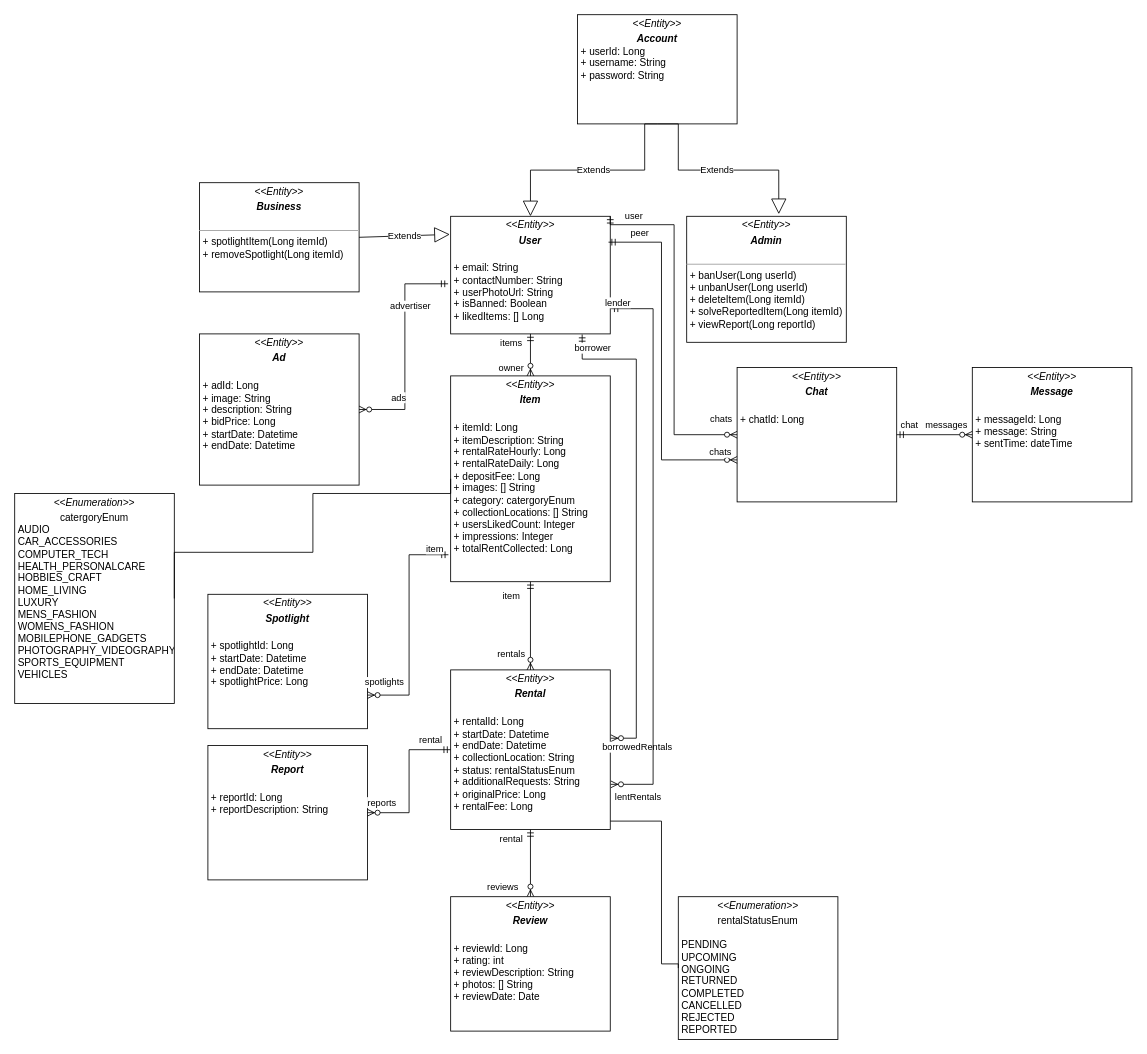
Before: Class Diagram.drawio in TohDeKai/SharEco, a draw.io diagram. Source tidied: cells renumbered, new cells numbered last; positions are measured from the earlier drawing's top-left corner, leaving out a move shared by most shapes. Both pictures are drawn from the tidied source at 84%, with x=0, y=0 at pixel (14, 14).
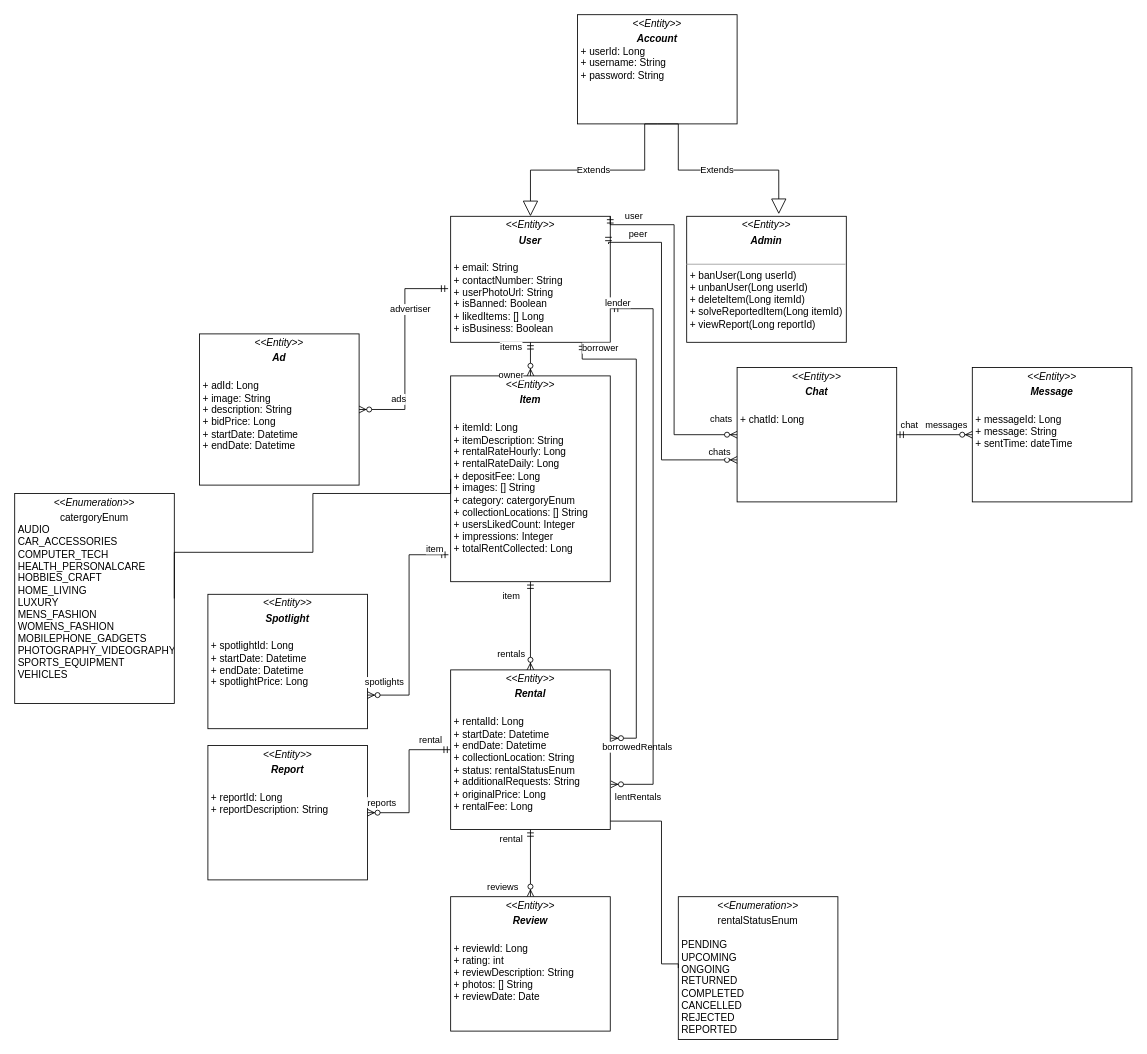
The same page after the edit.

Change to the diagram source:
```diff
@@
-    <mxCell id="2" value="&lt;p style=&quot;margin:0px;margin-top:4px;text-align:center;&quot;&gt;&lt;i&gt;&amp;lt;&amp;lt;Entity&amp;gt;&amp;gt;&lt;/i&gt;&lt;/p&gt;&lt;p style=&quot;margin:0px;margin-top:4px;text-align:center;&quot;&gt;&lt;i&gt;&lt;b&gt;User&lt;/b&gt;&lt;/i&gt;&lt;br&gt;&lt;/p&gt;&lt;p style=&quot;margin:0px;margin-top:4px;text-align:center;&quot;&gt;&lt;br&gt;&lt;/p&gt;&lt;p style=&quot;margin:0px;margin-left:4px;&quot;&gt;+ email: String&lt;/p&gt;&lt;p style=&quot;margin:0px;margin-left:4px;&quot;&gt;+ contactNumber: String&lt;/p&gt;&lt;p style=&quot;margin:0px;margin-left:4px;&quot;&gt;+ userPhotoUrl: String&lt;/p&gt;&lt;p style=&quot;margin:0px;margin-left:4px;&quot;&gt;+ isBanned: Boolean&lt;/p&gt;&lt;p style=&quot;margin:0px;margin-left:4px;&quot;&gt;+ likedItems: [] Long&lt;/p&gt;&lt;p style=&quot;margin:0px;margin-left:4px;&quot;&gt;&lt;br&gt;&lt;/p&gt;&lt;p style=&quot;margin:0px;margin-left:4px;&quot;&gt;&lt;br&gt;&lt;/p&gt;" style="verticalAlign=top;align=left;overflow=fill;fontSize=12;fontFamily=Helvetica;html=1;whiteSpace=wrap;" parent="1" vertex="1">
-      <mxGeometry x="519" y="240" width="190" height="140" as="geometry" />
+    <mxCell id="2" value="&lt;p style=&quot;margin:0px;margin-top:4px;text-align:center;&quot;&gt;&lt;i&gt;&amp;lt;&amp;lt;Entity&amp;gt;&amp;gt;&lt;/i&gt;&lt;/p&gt;&lt;p style=&quot;margin:0px;margin-top:4px;text-align:center;&quot;&gt;&lt;i&gt;&lt;b&gt;User&lt;/b&gt;&lt;/i&gt;&lt;br&gt;&lt;/p&gt;&lt;p style=&quot;margin:0px;margin-top:4px;text-align:center;&quot;&gt;&lt;br&gt;&lt;/p&gt;&lt;p style=&quot;margin:0px;margin-left:4px;&quot;&gt;+ email: String&lt;/p&gt;&lt;p style=&quot;margin:0px;margin-left:4px;&quot;&gt;+ contactNumber: String&lt;/p&gt;&lt;p style=&quot;margin:0px;margin-left:4px;&quot;&gt;+ userPhotoUrl: String&lt;/p&gt;&lt;p style=&quot;margin:0px;margin-left:4px;&quot;&gt;+ isBanned: Boolean&lt;/p&gt;&lt;p style=&quot;margin:0px;margin-left:4px;&quot;&gt;+ likedItems: [] Long&lt;/p&gt;&lt;p style=&quot;margin:0px;margin-left:4px;&quot;&gt;+ isBusiness: Boolean&lt;/p&gt;&lt;p style=&quot;margin:0px;margin-left:4px;&quot;&gt;&lt;br&gt;&lt;/p&gt;&lt;p style=&quot;margin:0px;margin-left:4px;&quot;&gt;&lt;br&gt;&lt;/p&gt;" style="verticalAlign=top;align=left;overflow=fill;fontSize=12;fontFamily=Helvetica;html=1;whiteSpace=wrap;" parent="1" vertex="1">
+      <mxGeometry x="519" y="240" width="190" height="150" as="geometry" />
     </mxCell>
-    <mxCell id="3" value="&lt;p style=&quot;margin:0px;margin-top:4px;text-align:center;&quot;&gt;&lt;i&gt;&amp;lt;&amp;lt;Entity&amp;gt;&amp;gt;&lt;/i&gt;&lt;/p&gt;&lt;p style=&quot;margin:0px;margin-top:4px;text-align:center;&quot;&gt;&lt;i&gt;&lt;b&gt;Business&lt;/b&gt;&lt;/i&gt;&lt;br&gt;&lt;/p&gt;&lt;p style=&quot;margin:0px;margin-left:4px;&quot;&gt;&lt;br&gt;&lt;/p&gt;&lt;hr size=&quot;1&quot;&gt;&lt;p style=&quot;margin:0px;margin-left:4px;&quot;&gt;+ spotlightItem(Long itemId)&amp;nbsp;&lt;/p&gt;&lt;p style=&quot;margin:0px;margin-left:4px;&quot;&gt;+ removeSpotlight(Long itemId)&lt;/p&gt;&lt;p style=&quot;margin:0px;margin-left:4px;&quot;&gt;&lt;br&gt;&lt;/p&gt;" style="verticalAlign=top;align=left;overflow=fill;fontSize=12;fontFamily=Helvetica;html=1;whiteSpace=wrap;" parent="1" vertex="1">
-      <mxGeometry x="220" y="200" width="190" height="130" as="geometry" />
-    </mxCell>
-    <mxCell id="4" value="Extends" style="endArrow=block;endSize=16;endFill=0;html=1;rounded=0;exitX=1;exitY=0.5;exitDx=0;exitDy=0;entryX=-0.005;entryY=0.154;entryDx=0;entryDy=0;entryPerimeter=0;" parent="1" edge="1" source="3" target="2">
-      <mxGeometry relative="1" as="geometry" />
-    </mxCell>
```
